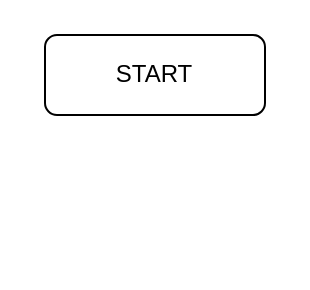
Before: UnitConverter.drawio in ShhhhTheBaby/draw.io, a draw.io diagram. Source tidied: cells renumbered, new cells numbered last; positions are measured from the earlier drawing's top-left corner, leaving out a move shared by most shapes. Both pictures are drawn from the tidied source at 200%, with x=0, y=0 at pixel (44, 34).
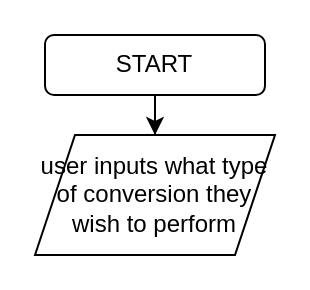
The same diagram, later.

Change to the diagram source:
```diff
@@
 <mxGraphModel>
   <root>
     <mxCell id="0" />
     <mxCell id="1" parent="0" />
+    <mxCell id="3" style="edgeStyle=orthogonalEdgeStyle;rounded=0;jettySize=auto;html=1;" parent="1" edge="1" source="2" target="4">
+      <mxGeometry relative="1" as="geometry" />
+    </mxCell>
     <mxCell id="2" value="START" style="rounded=1;whiteSpace=wrap;html=1;" parent="1" vertex="1">
-      <mxGeometry width="110" height="40" as="geometry" />
+      <mxGeometry width="110" height="30" as="geometry" />
     </mxCell>
+    <mxCell id="4" value="user inputs what type of conversion they wish to perform" style="shape=parallelogram;perimeter=parallelogramPerimeter;whiteSpace=wrap;html=1;fixedSize=1;" parent="1" vertex="1">
+      <mxGeometry x="-5" y="50" width="120" height="60" as="geometry" />
+    </mxCell>
   </root>
 </mxGraphModel>
```
